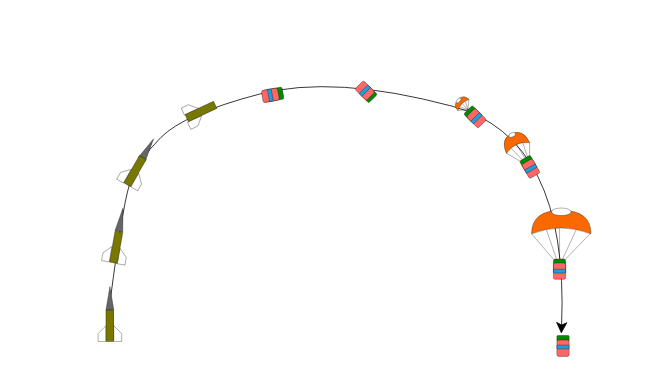
This is schematics/Траектория полета аппарата.drawio from cansat-tsniimash/cansat-UKLON-M-2023-2024, a draw.io file, before an edit. Source tidied: cells renumbered, new cells numbered last; positions are measured from the earlier drawing's top-left corner, leaving out a move shared by most shapes. Both pictures are drawn from the tidied source at 157%, with x=0, y=0 at pixel (97, 55).
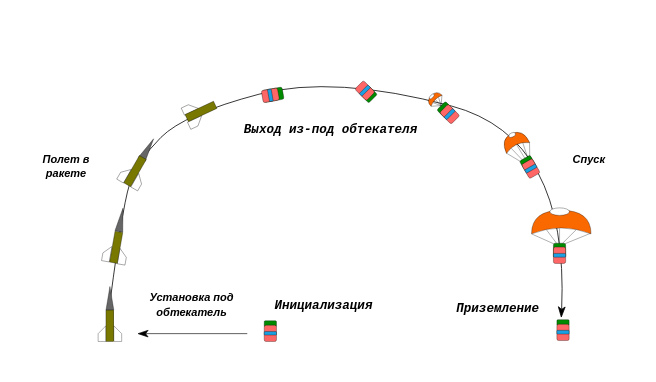
The same page after the edit.

Commit message:
ААААААА ПОЯВИЛИСЬ НАДПИСИ!!!

The change refers to these unchanged cells:
```xml
<mxCell id="31" style="group;" parent="30" vertex="1">
  <mxGeometry x="40" y="66" width="40" height="14.8" as="geometry" />
</mxCell>
```

The edit, as a diff of the source:
```diff
@@
-    <mxCell id="2" style="curved=1;endArrow=classic;html=1;rounded=0;strokeWidth=0.5;strokeColor=#000000;" parent="1" edge="1">
+    <mxCell id="2" style="curved=1;endArrow=classicThin;html=1;rounded=0;strokeWidth=0.5;strokeColor=#000000;endFill=1;" parent="1" edge="1">
       <mxGeometry relative="1" as="geometry">
         <mxPoint x="5" y="177" as="sourcePoint" />
-        <mxPoint x="295" y="177" as="targetPoint" />
+        <mxPoint x="295" y="167" as="targetPoint" />
         <Array as="points">
           <mxPoint x="15" y="97" />
           <mxPoint x="25" y="67" />
           <mxPoint x="55" y="37" />
           <mxPoint x="150" y="12" />
           <mxPoint x="300" y="52" />
         </Array>
       </mxGeometry>
     </mxCell>
@@
     <mxCell id="22" style="group;rotation=45;strokeWidth=0.2;" parent="1" vertex="1">
-      <mxGeometry x="149" y="32" width="60" height="30" as="geometry" />
+      <mxGeometry x="149" y="32" width="70" height="30" as="geometry" />
     </mxCell>
@@
+    <mxCell id="71" value="&lt;pre style=&quot;line-height: 120%;&quot;&gt;&lt;font style=&quot;font-size: 8px;&quot;&gt;Выход из-под обтекателя&lt;/font&gt;&lt;/pre&gt;" style="text;html=1;strokeColor=none;fillColor=none;align=center;verticalAlign=middle;whiteSpace=wrap;rounded=0;strokeWidth=0.3;fontStyle=3;" parent="22" vertex="1">
+      <mxGeometry x="-55" y="7.5" width="108.9" height="15" as="geometry" />
+    </mxCell>
@@
-    <mxCell id="33" style="ellipse;whiteSpace=wrap;html=1;strokeColor=#000000;strokeWidth=0.2;" parent="31" vertex="1">
-      <mxGeometry x="13.8" y="10" width="12.5" height="4.8" as="geometry" />
-    </mxCell>
@@
     <mxCell id="46" style="group;rotation=-90;" parent="1" vertex="1">
-      <mxGeometry x="285" y="142.1" width="60" height="44.7" as="geometry" />
+      <mxGeometry x="285" y="132" width="60" height="44.7" as="geometry" />
     </mxCell>
@@
     <mxCell id="49" style="rounded=1;whiteSpace=wrap;html=1;strokeColor=#000000;fillColor=#1ba1e2;fontColor=#ffffff;rotation=0;strokeWidth=0.2;" parent="46" vertex="1">
-      <mxGeometry x="7.2" y="42.2" width="7.8" height="2.4" as="geometry" />
+      <mxGeometry x="7.2" y="42.9" width="7.8" height="2.4" as="geometry" />
     </mxCell>
     <mxCell id="50" style="group;rotation=-90;" parent="46" vertex="1">
-      <mxGeometry x="-10" y="-45.1" width="60" height="39" as="geometry" />
+      <mxGeometry x="-10" y="-45.1" width="62.6" height="39" as="geometry" />
     </mxCell>
@@
+    <mxCell id="33" style="ellipse;whiteSpace=wrap;html=1;strokeColor=#000000;strokeWidth=0.2;" parent="50" vertex="1">
+      <mxGeometry x="12.7" y="10" width="12.5" height="4.8" as="geometry" />
+    </mxCell>
+    <mxCell id="72" value="Спуск" style="text;strokeColor=none;fillColor=none;align=center;verticalAlign=middle;whiteSpace=wrap;rounded=0;strokeWidth=0.3;fontStyle=3;horizontal=1;fontSize=7;" parent="50" vertex="1">
+      <mxGeometry x="12.6" y="-32.3" width="50" height="24.9" as="geometry" />
+    </mxCell>
     <mxCell id="54" style="group;rotation=-135;" parent="1" vertex="1">
-      <mxGeometry x="202.1" y="-0.4" width="62.9" height="46" as="geometry" />
+      <mxGeometry x="185" y="-3" width="62.9" height="46" as="geometry" />
     </mxCell>
@@
+    <mxCell id="73" style="group;" parent="1" vertex="1">
+      <mxGeometry x="105.8" y="168.8" width="7.8" height="13.2" as="geometry" />
+    </mxCell>
+    <mxCell id="74" style="rounded=1;whiteSpace=wrap;html=1;strokeColor=#000000;fillColor=#008a00;fontColor=#ffffff;rotation=0;arcSize=17;strokeWidth=0.2;" parent="73" vertex="1">
+      <mxGeometry width="7.8" height="3.9" as="geometry" />
+    </mxCell>
+    <mxCell id="75" style="rounded=1;whiteSpace=wrap;html=1;strokeColor=#000000;fillColor=#FF6666;fontColor=#ffffff;rotation=0;strokeWidth=0.2;" parent="73" vertex="1">
+      <mxGeometry y="2.8" width="7.8" height="10.4" as="geometry" />
+    </mxCell>
+    <mxCell id="76" style="rounded=1;whiteSpace=wrap;html=1;strokeColor=#000000;fillColor=#1ba1e2;fontColor=#ffffff;rotation=0;strokeWidth=0.2;" parent="73" vertex="1">
+      <mxGeometry y="6.9" width="7.8" height="2.2" as="geometry" />
+    </mxCell>
+    <mxCell id="77" style="endArrow=classicThin;html=1;rounded=0;strokeWidth=0.4;endFill=1;" parent="1" edge="1">
+      <mxGeometry relative="1" as="geometry">
+        <mxPoint x="95" y="177" as="sourcePoint" />
+        <mxPoint x="25" y="177" as="targetPoint" />
+      </mxGeometry>
+    </mxCell>
+    <mxCell id="78" value="&lt;pre style=&quot;line-height: 120%;&quot;&gt;&lt;font style=&quot;font-size: 8px;&quot;&gt;Инициализация&lt;/font&gt;&lt;/pre&gt;" style="text;html=1;strokeColor=none;fillColor=none;align=center;verticalAlign=middle;whiteSpace=wrap;rounded=0;strokeWidth=0.3;fontStyle=3;" parent="1" vertex="1">
+      <mxGeometry x="113.6" y="151.9" width="60" height="15" as="geometry" />
+    </mxCell>
+    <mxCell id="79" value="Установка под обтекатель" style="text;strokeColor=none;fillColor=none;align=center;verticalAlign=middle;whiteSpace=wrap;rounded=0;strokeWidth=0.3;fontStyle=3;horizontal=1;fontSize=7;" parent="1" vertex="1">
+      <mxGeometry x="25" y="147" width="70" height="24.9" as="geometry" />
+    </mxCell>
+    <mxCell id="80" value="Полет в ракете" style="text;strokeColor=none;fillColor=none;align=center;verticalAlign=middle;whiteSpace=wrap;rounded=0;strokeWidth=0.3;fontStyle=3;horizontal=1;fontSize=7;" parent="1" vertex="1">
+      <mxGeometry x="-45" y="58.5" width="50" height="24.9" as="geometry" />
+    </mxCell>
+    <mxCell id="81" value="&lt;pre style=&quot;line-height: 120%;&quot;&gt;&lt;font style=&quot;font-size: 8px;&quot;&gt;Приземление&lt;/font&gt;&lt;/pre&gt;" style="text;html=1;strokeColor=none;fillColor=none;align=center;verticalAlign=middle;whiteSpace=wrap;rounded=0;strokeWidth=0.3;fontStyle=3;" parent="1" vertex="1">
+      <mxGeometry x="225" y="153.8" width="60" height="15" as="geometry" />
+    </mxCell>
```
